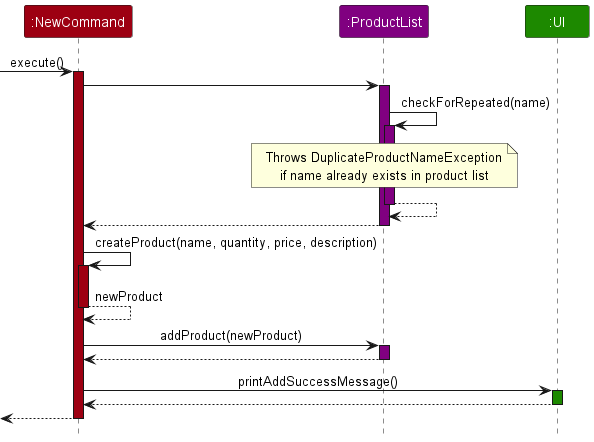
The PlantUML diagram docs/images/AddCommandExecuteSequenceDiagram.png in leongxingyu/tp, before a commit.
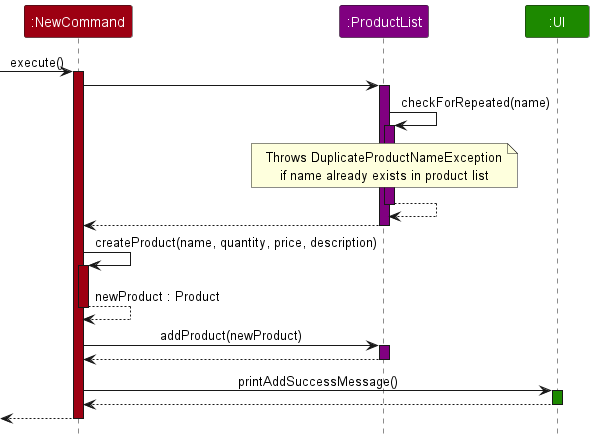
Above is the later version.

Diff of the diagram source:
```diff
@@ -30,7 +30,7 @@
  command -> command : createProduct(name, quantity, price, description)
  activate command COMMANDS_COLOR
 
- command --> command : newProduct
+ command --> command : newProduct : Product
  deactivate command COMMANDS_COLOR
 
 
```
